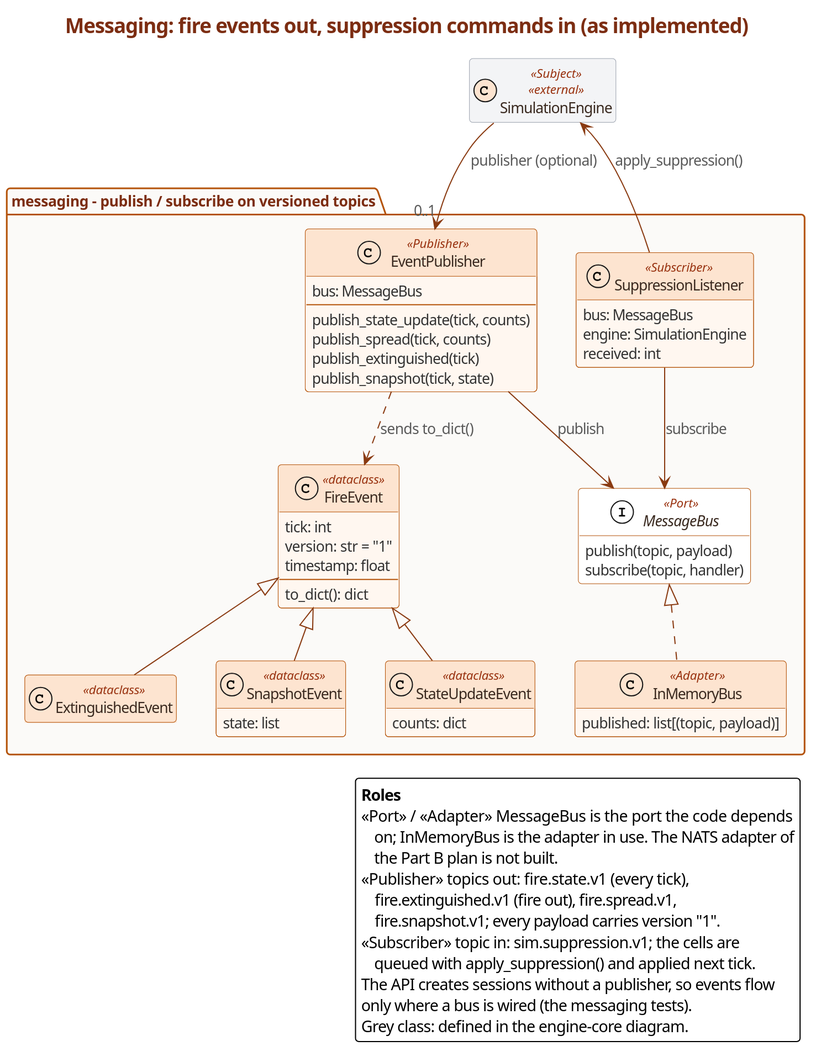
Earlier version of the PlantUML export docs/design/class-messaging.svg (jaiswaladitneu/FireSimulator).
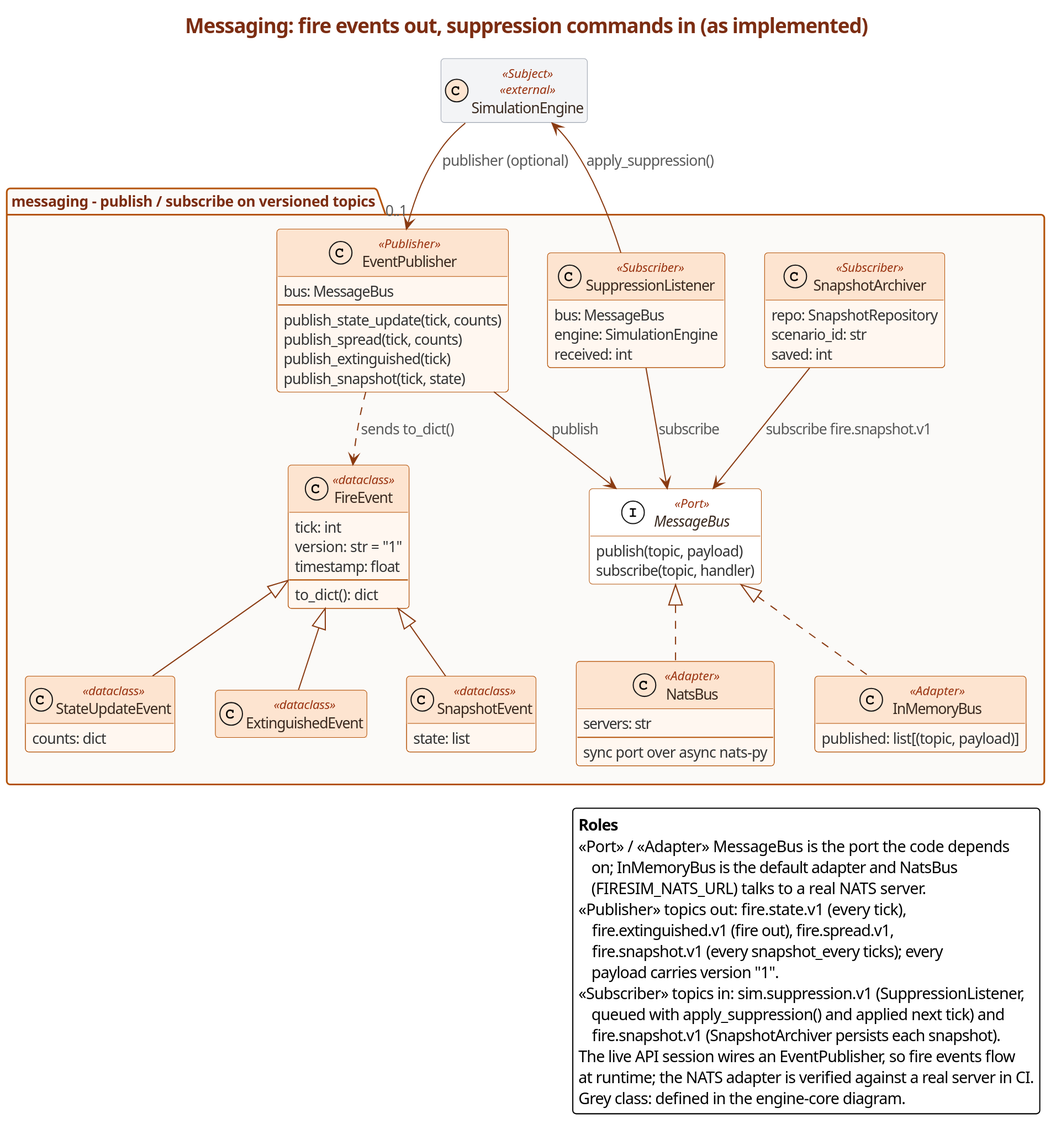
Above is the later version.

Change to the diagram source:
```diff
@@ -29,6 +29,16 @@
   class InMemoryBus <<Adapter>> {
     published: list[(topic, payload)]
   }
+  class NatsBus <<Adapter>> {
+    servers: str
+    --
+    sync port over async nats-py
+  }
+  class SnapshotArchiver <<Subscriber>> {
+    repo: SnapshotRepository
+    scenario_id: str
+    saved: int
+  }
   class FireEvent <<dataclass>> {
     tick: int
     version: str = "1"
@@ -50,6 +60,8 @@
 EventPublisher -down-> MessageBus : publish
 SuppressionListener -down-> MessageBus : subscribe
 MessageBus <|.. InMemoryBus
+MessageBus <|.. NatsBus
+SnapshotArchiver -down-> MessageBus : subscribe fire.snapshot.v1
 EventPublisher ..> FireEvent : sends to_dict()
 FireEvent <|-- StateUpdateEvent
 FireEvent <|-- ExtinguishedEvent
@@ -58,15 +70,17 @@
 legend right
   **Roles**
   <<Port>> / <<Adapter>>  MessageBus is the port the code depends
-     on; InMemoryBus is the adapter in use. The NATS adapter of
-     the Part B plan is not built.
+     on; InMemoryBus is the default adapter and NatsBus
+     (FIRESIM_NATS_URL) talks to a real NATS server.
   <<Publisher>>  topics out: fire.state.v1 (every tick),
      fire.extinguished.v1 (fire out), fire.spread.v1,
-     fire.snapshot.v1; every payload carries version "1".
-  <<Subscriber>>  topic in: sim.suppression.v1; the cells are
-     queued with apply_suppression() and applied next tick.
-  The API creates sessions without a publisher, so events flow
-  only where a bus is wired (the messaging tests).
+     fire.snapshot.v1 (every snapshot_every ticks); every
+     payload carries version "1".
+  <<Subscriber>>  topics in: sim.suppression.v1 (SuppressionListener,
+     queued with apply_suppression() and applied next tick) and
+     fire.snapshot.v1 (SnapshotArchiver persists each snapshot).
+  The live API session wires an EventPublisher, so fire events flow
+  at runtime; the NATS adapter is verified against a real server in CI.
   Grey class: defined in the engine-core diagram.
 endlegend
 @enduml
```
